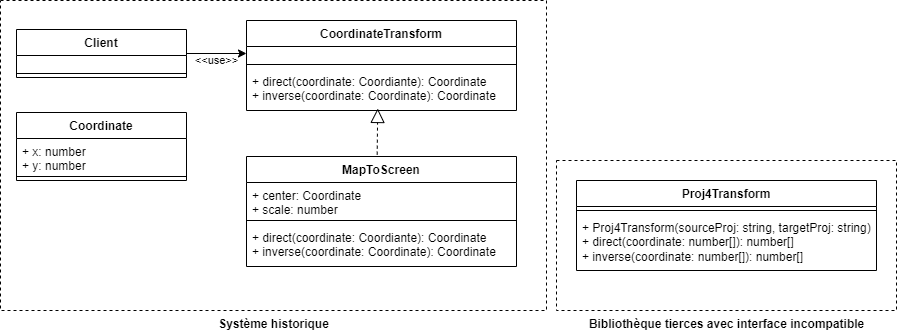
The draw.io diagram src/annexe/design_pattern/structural/uml/UML_DP_Adapter_CoordinateTransform.png in mborne/cours-patron-conception, before a commit. Source tidied: cells renumbered, new cells last; positions are measured from the earlier drawing's top-left corner, leaving out a move shared by most shapes.
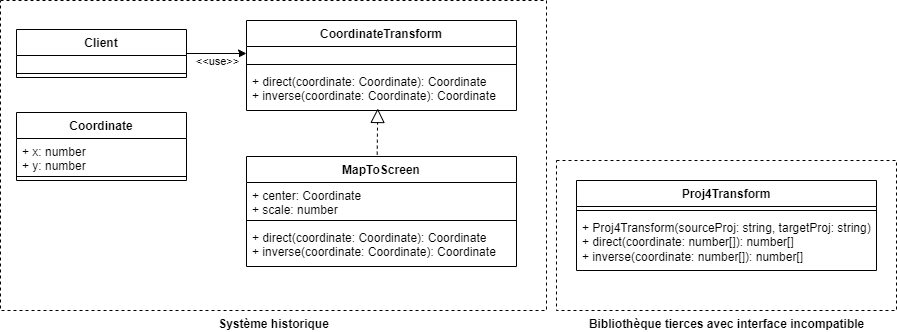
Later version of the same file.

Commit message:
fix(adapter): correction de coquille

The edit, as a diff of the source:
```diff
@@ -17,7 +17,7 @@
     <mxCell id="6" style="line;strokeWidth=1;fillColor=none;align=left;verticalAlign=middle;spacingTop=-1;spacingLeft=3;spacingRight=3;labelPosition=right;strokeColor=inherit;" parent="4" vertex="1">
       <mxGeometry y="40" width="270" height="8" as="geometry" />
     </mxCell>
-    <mxCell id="7" value="+ direct(coordinate: Coordiante): Coordinate&lt;div&gt;+ inverse(coordinate: Coordinate): Coordinate&lt;/div&gt;" style="text;strokeColor=none;fillColor=none;align=left;verticalAlign=top;spacingLeft=4;spacingRight=4;overflow=hidden;points=[[0,0.5],[1,0.5]];portConstraint=eastwest;whiteSpace=wrap;html=1;" parent="4" vertex="1">
+    <mxCell id="7" value="+ direct(coordinate: Coordinate): Coordinate&lt;div&gt;+ inverse(coordinate: Coordinate): Coordinate&lt;/div&gt;" style="text;strokeColor=none;fillColor=none;align=left;verticalAlign=top;spacingLeft=4;spacingRight=4;overflow=hidden;points=[[0,0.5],[1,0.5]];portConstraint=eastwest;whiteSpace=wrap;html=1;" parent="4" vertex="1">
       <mxGeometry y="48" width="270" height="42" as="geometry" />
     </mxCell>
     <mxCell id="8" value="MapToScreen" style="swimlane;fontStyle=1;align=center;verticalAlign=top;horizontal=1;startSize=26;whiteSpace=wrap;html=1;" parent="1" vertex="1">
@@ -29,7 +29,7 @@
     <mxCell id="10" style="line;strokeWidth=1;fillColor=none;align=left;verticalAlign=middle;spacingTop=-1;spacingLeft=3;spacingRight=3;labelPosition=right;strokeColor=inherit;" parent="8" vertex="1">
       <mxGeometry y="60" width="270" height="8" as="geometry" />
     </mxCell>
-    <mxCell id="11" value="+ direct(coordinate: Coordiante): Coordinate&lt;div&gt;+ inverse(coordinate: Coordinate): Coordinate&lt;/div&gt;" style="text;strokeColor=none;fillColor=none;align=left;verticalAlign=top;spacingLeft=4;spacingRight=4;overflow=hidden;whiteSpace=wrap;html=1;" parent="8" vertex="1">
+    <mxCell id="11" value="+ direct(coordinate: Coordina&lt;span style=&quot;background-color: initial;&quot;&gt;te): Coordinate&lt;/span&gt;&lt;div&gt;&lt;div&gt;+ inverse(coordinate: Coordinate): Coordinate&lt;/div&gt;&lt;/div&gt;" style="text;strokeColor=none;fillColor=none;align=left;verticalAlign=top;spacingLeft=4;spacingRight=4;overflow=hidden;whiteSpace=wrap;html=1;" parent="8" vertex="1">
       <mxGeometry y="68" width="270" height="42" as="geometry" />
     </mxCell>
     <mxCell id="12" style="endArrow=block;dashed=1;endFill=0;endSize=12;html=1;rounded=0;exitX=0.484;exitY=-0.017;exitDx=0;exitDy=0;exitPerimeter=0;entryX=0.486;entryY=0.952;entryDx=0;entryDy=0;entryPerimeter=0;" parent="1" edge="1" source="8" target="7">
```
